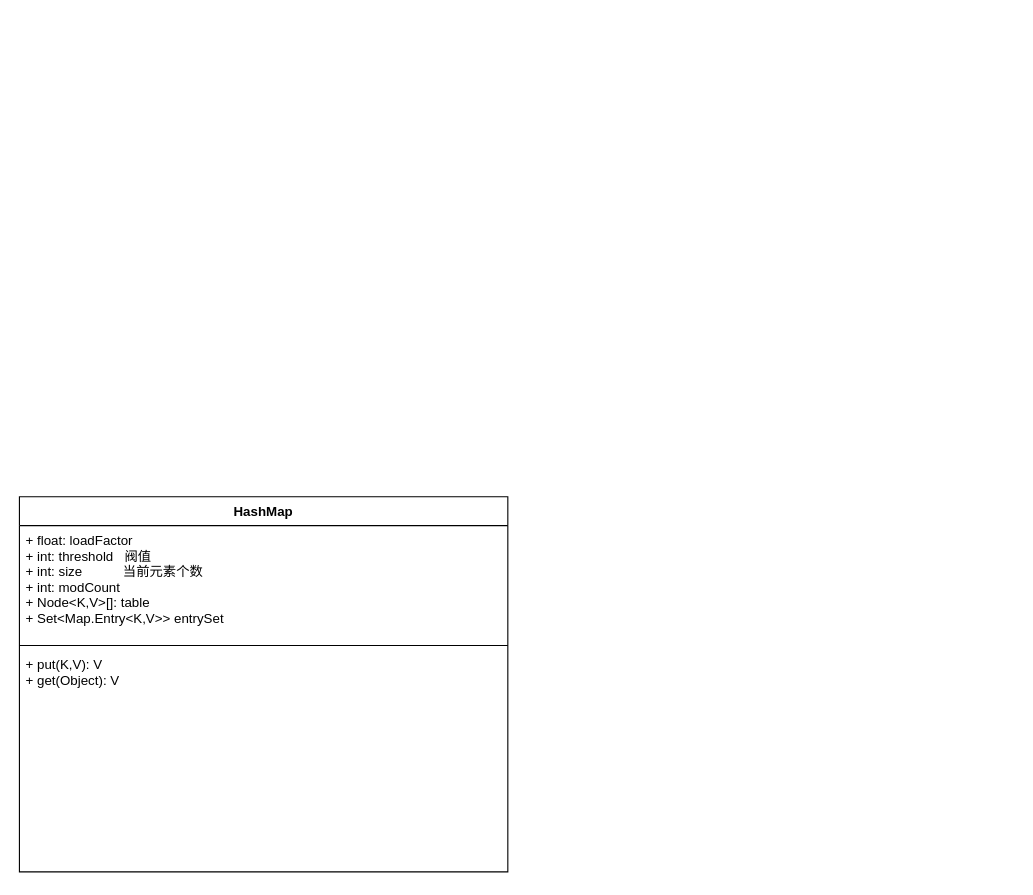
The draw.io diagram page "UML" (1 of 3) of graphics/HashMap.drawio in xiaomingcong/learnAlgorithm, before the edit. Source tidied: cells renumbered, new cells numbered last; positions are measured from the earlier drawing's top-left corner, leaving out a move shared by most shapes. Both pictures are drawn from the tidied source at 111%, with x=0, y=0 at pixel (19, 496).
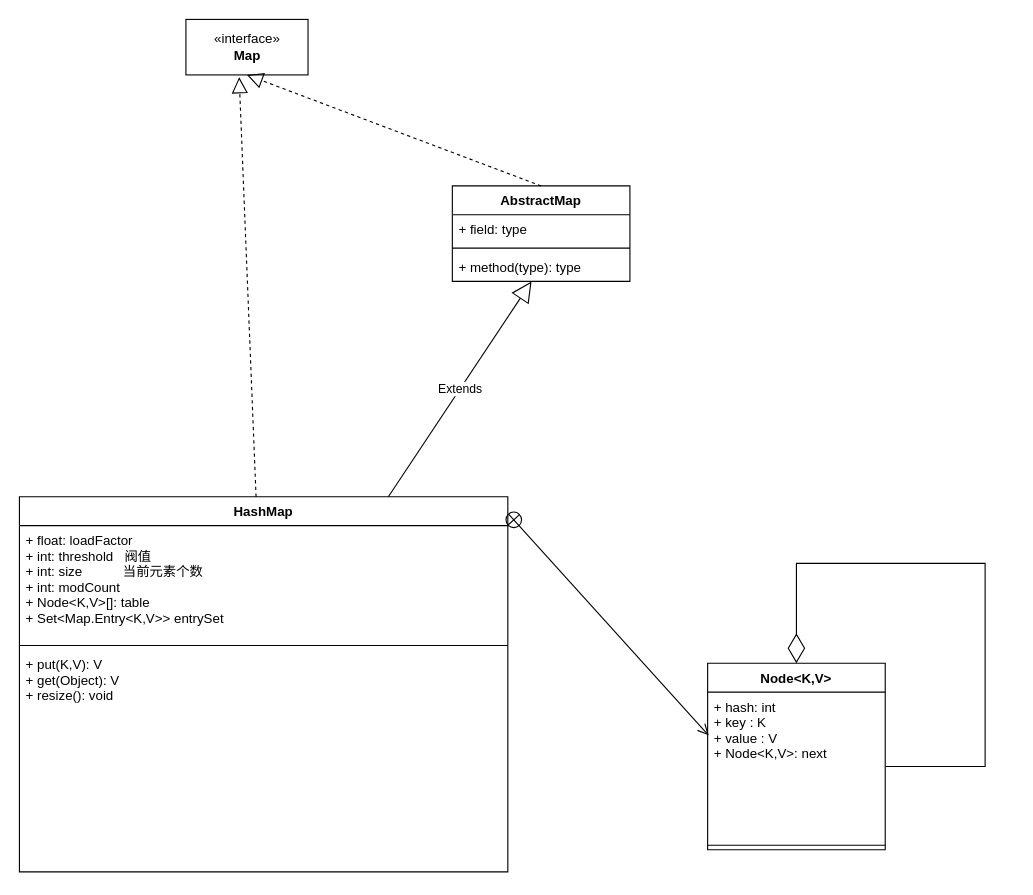
Above is the later version.

Unchanged cells that the change refers to:
```xml
<mxCell id="2" value="HashMap" style="swimlane;fontStyle=1;align=center;verticalAlign=top;horizontal=1;startSize=26;" parent="1" vertex="1">
  <mxGeometry width="440" height="338" as="geometry" />
</mxCell>
```

What changed in the source:
```diff
@@
-    <mxCell id="5" value="+ put(K,V): V&#10;+ get(Object): V " style="text;strokeColor=none;fillColor=none;align=left;verticalAlign=top;spacingLeft=4;spacingRight=4;overflow=hidden;" parent="2" vertex="1">
+    <mxCell id="5" value="+ put(K,V): V&#10;+ get(Object): V &#10;+ resize(): void" style="text;strokeColor=none;fillColor=none;align=left;verticalAlign=top;spacingLeft=4;spacingRight=4;overflow=hidden;" parent="2" vertex="1">
       <mxGeometry y="138" width="440" height="200" as="geometry" />
     </mxCell>
+    <mxCell id="6" value="«interface»&lt;br&gt;&lt;b&gt;Map&lt;/b&gt;" style="html=1;" parent="1" vertex="1">
+      <mxGeometry x="150" y="-430" width="110" height="50" as="geometry" />
+    </mxCell>
+    <mxCell id="7" value="AbstractMap" style="swimlane;fontStyle=1;align=center;verticalAlign=top;horizontal=1;startSize=26;" parent="1" vertex="1">
+      <mxGeometry x="390" y="-280" width="160" height="86" as="geometry" />
+    </mxCell>
+    <mxCell id="8" value="+ field: type" style="text;strokeColor=none;fillColor=none;align=left;verticalAlign=top;spacingLeft=4;spacingRight=4;overflow=hidden;" parent="7" vertex="1">
+      <mxGeometry y="26" width="160" height="26" as="geometry" />
+    </mxCell>
+    <mxCell id="9" style="line;strokeWidth=1;fillColor=none;align=left;verticalAlign=middle;spacingTop=-1;spacingLeft=3;spacingRight=3;labelPosition=right;" parent="7" vertex="1">
+      <mxGeometry y="52" width="160" height="8" as="geometry" />
+    </mxCell>
+    <mxCell id="10" value="+ method(type): type" style="text;strokeColor=none;fillColor=none;align=left;verticalAlign=top;spacingLeft=4;spacingRight=4;overflow=hidden;points=[[0,0.5],[1,0.5]];portConstraint=eastwest;" parent="7" vertex="1">
+      <mxGeometry y="60" width="160" height="26" as="geometry" />
+    </mxCell>
+    <mxCell id="11" style="endArrow=block;dashed=1;endFill=0;endSize=12;html=1;rounded=0;entryX=0.436;entryY=1.04;entryDx=0;entryDy=0;entryPerimeter=0;" parent="1" edge="1" source="2" target="6">
+      <mxGeometry relative="1" as="geometry" />
+    </mxCell>
+    <mxCell id="12" style="endArrow=block;dashed=1;endFill=0;endSize=12;html=1;rounded=0;entryX=0.5;entryY=1;entryDx=0;entryDy=0;exitX=0.5;exitY=0;exitDx=0;exitDy=0;" parent="1" edge="1" source="7" target="6">
+      <mxGeometry relative="1" as="geometry" />
+    </mxCell>
+    <mxCell id="13" value="Extends" style="endArrow=block;endSize=16;endFill=0;html=1;rounded=0;" parent="1" edge="1" source="2" target="10">
+      <mxGeometry relative="1" as="geometry" />
+    </mxCell>
+    <mxCell id="14" style="endArrow=open;startArrow=circlePlus;endFill=0;startFill=0;endSize=8;html=1;rounded=0;entryX=0.006;entryY=0.291;entryDx=0;entryDy=0;entryPerimeter=0;exitX=1;exitY=0.044;exitDx=0;exitDy=0;exitPerimeter=0;" parent="1" edge="1" source="2" target="16">
+      <mxGeometry relative="1" as="geometry" />
+    </mxCell>
+    <mxCell id="15" value="Node&lt;K,V&gt;" style="swimlane;fontStyle=1;align=center;verticalAlign=top;horizontal=1;startSize=26;" parent="1" vertex="1">
+      <mxGeometry x="620" y="150" width="160" height="168" as="geometry" />
+    </mxCell>
+    <mxCell id="16" value="+ hash: int&#10;+ key : K&#10;+ value : V&#10;+ Node&lt;K,V&gt;: next" style="text;strokeColor=none;fillColor=none;align=left;verticalAlign=top;spacingLeft=4;spacingRight=4;overflow=hidden;points=[[0,0.5],[1,0.5]];portConstraint=eastwest;" parent="15" vertex="1">
+      <mxGeometry y="26" width="160" height="134" as="geometry" />
+    </mxCell>
+    <mxCell id="17" style="line;strokeWidth=1;fillColor=none;align=left;verticalAlign=middle;spacingTop=-1;spacingLeft=3;spacingRight=3;labelPosition=right;" parent="15" vertex="1">
+      <mxGeometry y="160" width="160" height="8" as="geometry" />
+    </mxCell>
+    <mxCell id="18" style="endArrow=diamondThin;endFill=0;endSize=24;html=1;rounded=0;exitX=1;exitY=0.5;exitDx=0;exitDy=0;entryX=0.5;entryY=0;entryDx=0;entryDy=0;" parent="15" edge="1" source="16" target="15">
+      <mxGeometry relative="1" as="geometry">
+        <Array as="points">
+          <mxPoint x="250" y="93" />
+          <mxPoint x="250" y="-90" />
+          <mxPoint x="80" y="-90" />
+        </Array>
+      </mxGeometry>
+    </mxCell>
```
